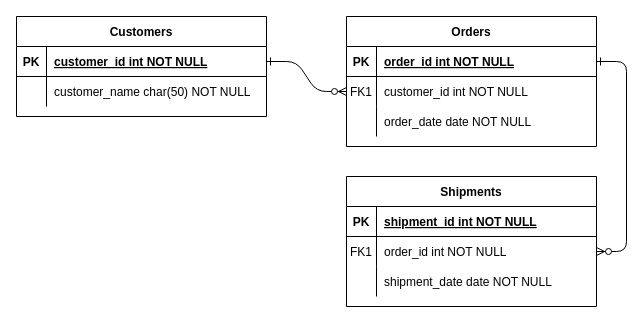
The draw.io diagram Диаграмма без названия.drawio in diana2309/CompareCart, before the edit. Source tidied: cells renumbered, new cells numbered last; positions are measured from the earlier drawing's top-left corner, leaving out a move shared by most shapes. Both pictures are drawn from the tidied source at 100%, with x=0, y=0 at pixel (16, 16).
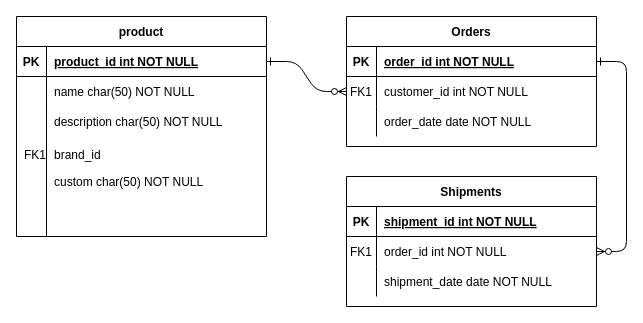
After the change.

The change refers to these unchanged cells:
```xml
<mxCell id="25" style="shape=partialRectangle;fillColor=none;points=[[0,0.5],[1,0.5]];portConstraint=eastwest;top=0;left=0;right=0;bottom=1;" parent="24" vertex="1">
  <mxGeometry y="30" width="250" height="30" as="geometry" />
</mxCell>
<mxCell id="28" style="shape=partialRectangle;fillColor=none;top=0;left=0;right=0;bottom=0;" parent="24" vertex="1">
  <mxGeometry y="60" width="250" height="30" as="geometry" />
</mxCell>
```

What changed in the source:
```diff
@@
-    <mxCell id="24" value="Customers" style="shape=table;startSize=30;childLayout=tableLayout;rowLines=0;fontStyle=1;align=center;" parent="1" vertex="1">
-      <mxGeometry width="250" height="100" as="geometry" />
+    <mxCell id="24" value="product" style="shape=table;startSize=30;childLayout=tableLayout;rowLines=0;fontStyle=1;align=center;" parent="1" vertex="1">
+      <mxGeometry width="250" height="220" as="geometry" />
     </mxCell>
@@
-    <mxCell id="27" value="customer_id int NOT NULL " style="shape=partialRectangle;overflow=hidden;fillColor=none;top=0;left=0;bottom=0;right=0;align=left;spacingLeft=6;fontStyle=5;" parent="25" vertex="1">
+    <mxCell id="27" value="product_id int NOT NULL " style="shape=partialRectangle;overflow=hidden;fillColor=none;top=0;left=0;bottom=0;right=0;align=left;spacingLeft=6;fontStyle=5;" parent="25" vertex="1">
       <mxGeometry x="30" width="220" height="30" as="geometry" />
     </mxCell>
@@
-    <mxCell id="30" value="customer_name char(50) NOT NULL" style="shape=partialRectangle;overflow=hidden;fillColor=none;top=0;left=0;bottom=0;right=0;align=left;spacingLeft=6;" parent="28" vertex="1">
+    <mxCell id="30" value="name char(50) NOT NULL" style="shape=partialRectangle;overflow=hidden;fillColor=none;top=0;left=0;bottom=0;right=0;align=left;spacingLeft=6;" parent="28" vertex="1">
       <mxGeometry x="30" width="220" height="30" as="geometry" />
     </mxCell>
+    <mxCell id="31" value="description char(50) NOT NULL" style="shape=partialRectangle;overflow=hidden;fillColor=none;top=0;left=0;bottom=0;right=0;align=left;spacingLeft=6;" parent="1" vertex="1">
+      <mxGeometry x="30" y="90" width="220" height="30" as="geometry" />
+    </mxCell>
+    <mxCell id="32" value="brand_id " style="shape=partialRectangle;overflow=hidden;fillColor=none;top=0;left=0;bottom=0;right=0;align=left;spacingLeft=6;" parent="1" vertex="1">
+      <mxGeometry x="30" y="120" width="220" height="35" as="geometry" />
+    </mxCell>
+    <mxCell id="33" value="custom char(50) NOT NULL" style="shape=partialRectangle;overflow=hidden;fillColor=none;top=0;left=0;bottom=0;right=0;align=left;spacingLeft=6;" parent="1" vertex="1">
+      <mxGeometry x="30" y="150" width="220" height="30" as="geometry" />
+    </mxCell>
+    <mxCell id="34" style="endArrow=none;html=1;rounded=0;" parent="1" edge="1">
+      <mxGeometry relative="1" as="geometry">
+        <mxPoint x="30" y="220" as="sourcePoint" />
+        <mxPoint x="30" y="90" as="targetPoint" />
+      </mxGeometry>
+    </mxCell>
+    <mxCell id="35" value="FK1" style="shape=partialRectangle;overflow=hidden;fillColor=none;top=0;left=0;bottom=0;right=0;align=left;spacingLeft=6;" parent="1" vertex="1">
+      <mxGeometry y="120" width="30" height="35" as="geometry" />
+    </mxCell>
```
